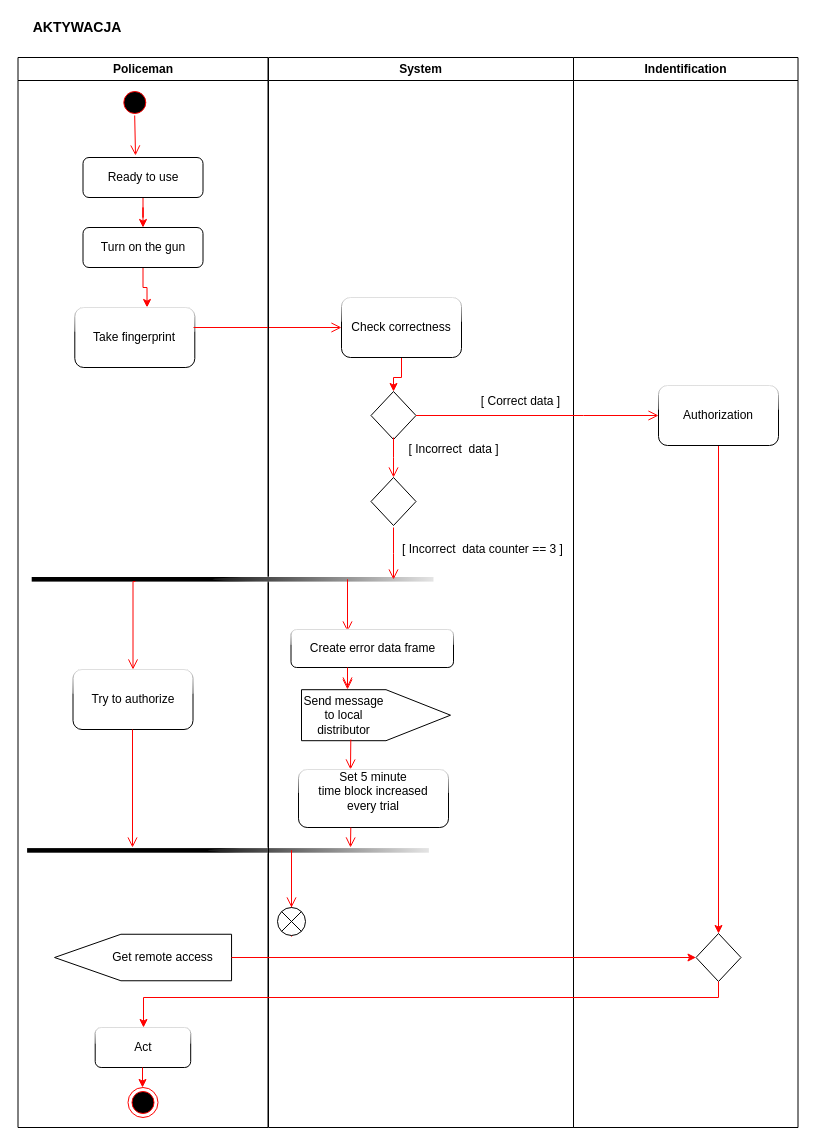
mardyr/UML-and-diagrams keeps this draw.io diagram as smart_gun_activity_diagram.drawio. Above is the earlier version. Source tidied: cells renumbered, new cells numbered last; positions are measured from the earlier drawing's top-left corner, leaving out a move shared by most shapes. Both pictures are drawn from the tidied source at 100%, with x=0, y=0 at pixel (17, 17).
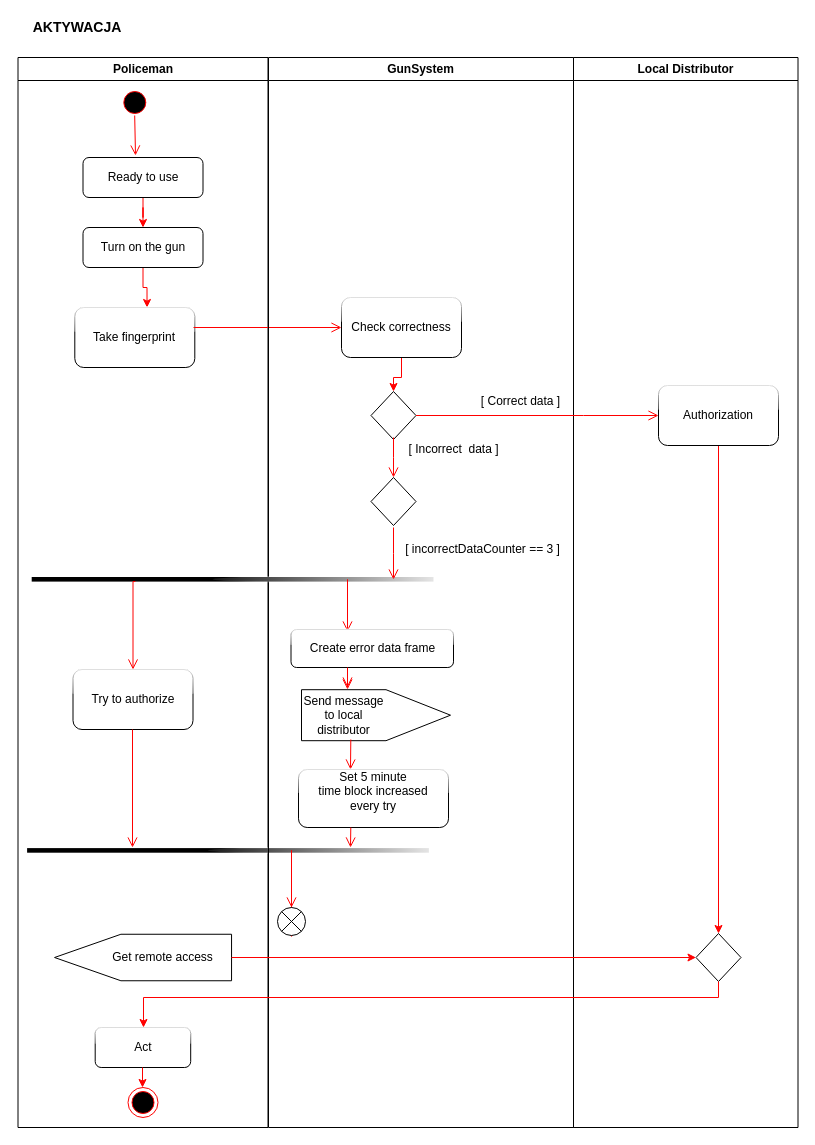
The same diagram, later.

What changed in the source:
```diff
@@
-    <mxCell id="18" value="System" style="swimlane;whiteSpace=wrap;" parent="1" vertex="1">
+    <mxCell id="18" value="GunSystem" style="swimlane;whiteSpace=wrap;startSize=23;" parent="1" vertex="1">
       <mxGeometry x="251" y="40" width="305" height="1070" as="geometry" />
     </mxCell>
@@
-    <mxCell id="29" value="[ Incorrect&amp;nbsp; data counter == 3 ]" style="text;html=1;strokeColor=none;fillColor=none;align=center;verticalAlign=middle;whiteSpace=wrap;rounded=0;glass=1;" parent="18" vertex="1">
+    <mxCell id="29" value="[ incorrectDataCounter == 3 ]" style="text;html=1;strokeColor=none;fillColor=none;align=center;verticalAlign=middle;whiteSpace=wrap;rounded=0;glass=1;" parent="18" vertex="1">
       <mxGeometry x="129" y="482" width="171" height="20" as="geometry" />
     </mxCell>
@@
-    <mxCell id="35" value="&lt;div&gt;Set 5 minute&lt;/div&gt;&lt;div&gt;time block increased &lt;br&gt;&lt;/div&gt;&lt;div&gt;every trial&lt;br&gt;&lt;/div&gt;&lt;div&gt;&lt;br&gt;&lt;/div&gt;" style="rounded=1;whiteSpace=wrap;html=1;glass=1;fillColor=#FFFFFF;" parent="18" vertex="1">
+    <mxCell id="35" value="&lt;div&gt;Set 5 minute&lt;/div&gt;&lt;div&gt;time block increased &lt;br&gt;&lt;/div&gt;&lt;div&gt;every try&lt;br&gt;&lt;/div&gt;&lt;div&gt;&lt;br&gt;&lt;/div&gt;" style="rounded=1;whiteSpace=wrap;html=1;glass=1;fillColor=#FFFFFF;" parent="18" vertex="1">
       <mxGeometry x="30" y="712" width="150" height="58" as="geometry" />
     </mxCell>
@@
-    <mxCell id="37" value="Indentification" style="swimlane;whiteSpace=wrap;" parent="1" vertex="1">
+    <mxCell id="37" value="Local Distributor" style="swimlane;whiteSpace=wrap;" parent="1" vertex="1">
       <mxGeometry x="556" y="40" width="224.5" height="1070" as="geometry" />
     </mxCell>
```
